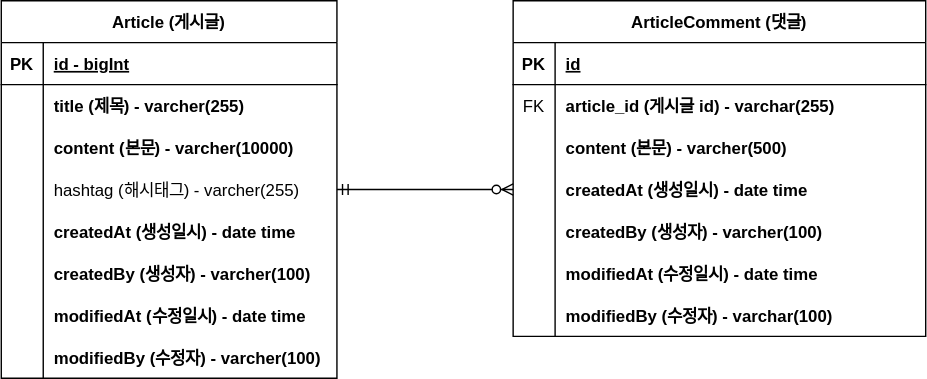
Shinhyeonbin/project-future keeps this draw.io diagram as document/project-borad-erd.svg. Above is the earlier version. Source tidied: cells renumbered, new cells last; positions are measured from the earlier drawing's top-left corner, leaving out a move shared by most shapes.
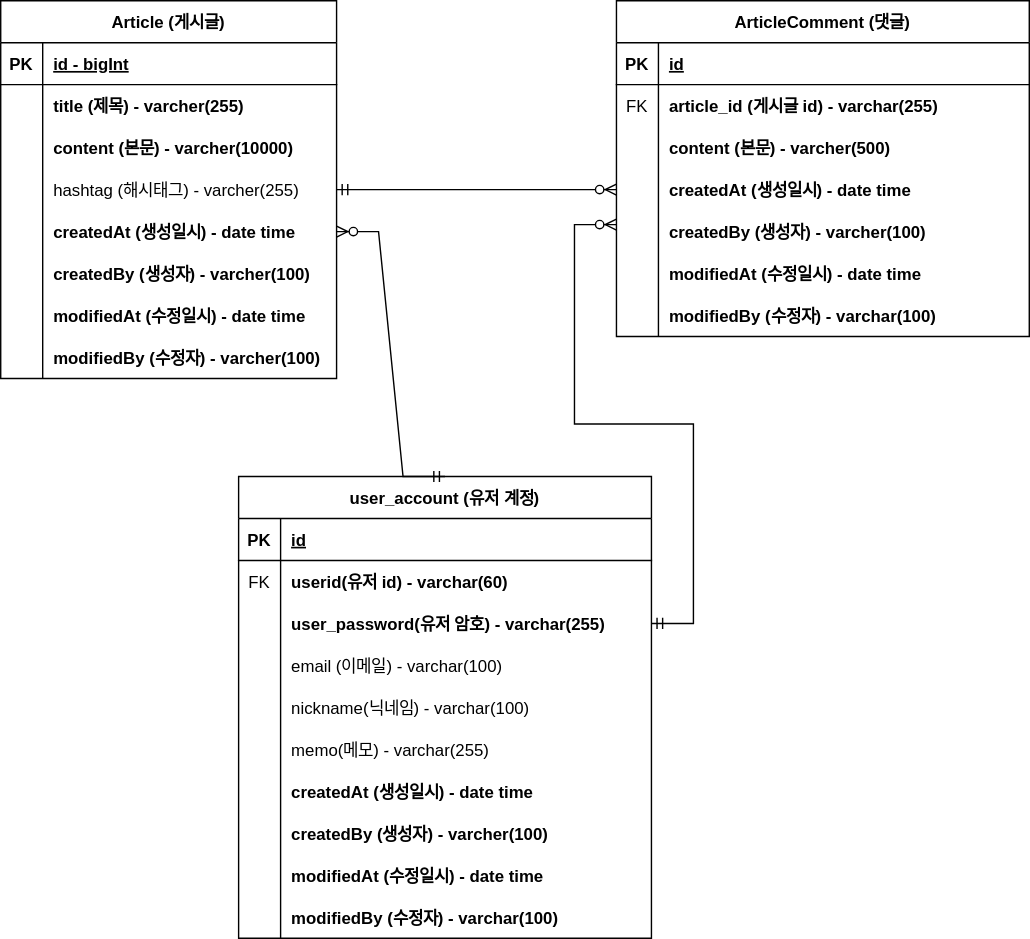
After the commit.

Diff of the diagram source:
```diff
@@ -78,7 +78,7 @@
       <mxGeometry x="30" width="210" height="30" as="geometry" />
     </mxCell>
     <mxCell id="27" value="ArticleComment (댓글)" style="shape=table;startSize=30;rowLines=0;fontStyle=1;align=center;" parent="1" vertex="1">
-      <mxGeometry x="366" width="295" height="240" as="geometry" />
+      <mxGeometry x="440" width="295" height="240" as="geometry" />
     </mxCell>
     <mxCell id="28" style="shape=tableRow;horizontal=0;startSize=0;swimlaneHead=0;swimlaneBody=0;fillColor=none;top=0;left=0;right=0;bottom=1;" parent="27" vertex="1">
       <mxGeometry y="30" width="295" height="30" as="geometry" />
@@ -146,5 +146,106 @@
     <mxCell id="49" style="edgeStyle=entityRelationEdgeStyle;fontSize=12;html=1;endArrow=ERzeroToMany;startArrow=ERmandOne;rounded=0;exitX=1;exitY=0.5;exitDx=0;exitDy=0;entryX=0;entryY=0.5;entryDx=0;entryDy=0;" parent="1" edge="1" source="12" target="37">
       <mxGeometry relative="1" as="geometry" />
     </mxCell>
+    <mxCell id="50" value="user_account (유저 계정)" style="shape=table;startSize=30;rowLines=0;fontStyle=1;align=center;" parent="1" vertex="1">
+      <mxGeometry x="170" y="340" width="295" height="330" as="geometry" />
+    </mxCell>
+    <mxCell id="51" style="shape=tableRow;horizontal=0;startSize=0;swimlaneHead=0;swimlaneBody=0;fillColor=none;top=0;left=0;right=0;bottom=1;" parent="50" vertex="1">
+      <mxGeometry y="30" width="295" height="30" as="geometry" />
+    </mxCell>
+    <mxCell id="52" value="PK" style="shape=partialRectangle;fillColor=none;top=0;left=0;bottom=0;right=0;fontStyle=1;overflow=hidden;" parent="51" vertex="1">
+      <mxGeometry width="30" height="30" as="geometry" />
+    </mxCell>
+    <mxCell id="53" value="id" style="shape=partialRectangle;fillColor=none;top=0;left=0;bottom=0;right=0;align=left;spacingLeft=6;fontStyle=5;overflow=hidden;" parent="51" vertex="1">
+      <mxGeometry x="30" width="265" height="30" as="geometry" />
+    </mxCell>
+    <mxCell id="54" style="shape=tableRow;horizontal=0;startSize=0;swimlaneHead=0;swimlaneBody=0;fillColor=none;top=0;left=0;right=0;bottom=0;" parent="50" vertex="1">
+      <mxGeometry y="60" width="295" height="30" as="geometry" />
+    </mxCell>
+    <mxCell id="55" value="FK" style="shape=partialRectangle;fillColor=none;top=0;left=0;bottom=0;right=0;overflow=hidden;" parent="54" vertex="1">
+      <mxGeometry width="30" height="30" as="geometry" />
+    </mxCell>
+    <mxCell id="56" value="userid(유저 id) - varchar(60)    " style="shape=partialRectangle;fillColor=none;top=0;left=0;bottom=0;right=0;align=left;spacingLeft=6;overflow=hidden;fontStyle=1;" parent="54" vertex="1">
+      <mxGeometry x="30" width="265" height="30" as="geometry" />
+    </mxCell>
+    <mxCell id="57" style="shape=tableRow;horizontal=0;startSize=0;swimlaneHead=0;swimlaneBody=0;fillColor=none;points=[[0,0.5],[1,0.5]];portConstraint=eastwest;top=0;left=0;right=0;bottom=0;" parent="50" vertex="1">
+      <mxGeometry y="90" width="295" height="30" as="geometry" />
+    </mxCell>
+    <mxCell id="58" style="shape=partialRectangle;fillColor=none;top=0;left=0;bottom=0;right=0;overflow=hidden;" parent="57" vertex="1">
+      <mxGeometry width="30" height="30" as="geometry" />
+    </mxCell>
+    <mxCell id="59" value="user_password(유저 암호) - varchar(255)" style="shape=partialRectangle;fillColor=none;top=0;left=0;bottom=0;right=0;align=left;spacingLeft=6;overflow=hidden;fontStyle=1;" parent="57" vertex="1">
+      <mxGeometry x="30" width="265" height="30" as="geometry" />
+    </mxCell>
+    <mxCell id="60" style="shape=tableRow;horizontal=0;startSize=0;swimlaneHead=0;swimlaneBody=0;fillColor=none;top=0;left=0;right=0;bottom=0;" parent="50" vertex="1">
+      <mxGeometry y="120" width="295" height="30" as="geometry" />
+    </mxCell>
+    <mxCell id="61" style="shape=partialRectangle;fillColor=none;top=0;left=0;bottom=0;right=0;overflow=hidden;" parent="60" vertex="1">
+      <mxGeometry width="30" height="30" as="geometry" />
+    </mxCell>
+    <mxCell id="62" value="email (이메일) - varchar(100)" style="shape=partialRectangle;fillColor=none;top=0;left=0;bottom=0;right=0;align=left;spacingLeft=6;overflow=hidden;fontStyle=0;" parent="60" vertex="1">
+      <mxGeometry x="30" width="265" height="30" as="geometry" />
+    </mxCell>
+    <mxCell id="63" style="shape=tableRow;horizontal=0;startSize=0;swimlaneHead=0;swimlaneBody=0;fillColor=none;top=0;left=0;right=0;bottom=0;" parent="50" vertex="1">
+      <mxGeometry y="150" width="295" height="30" as="geometry" />
+    </mxCell>
+    <mxCell id="64" style="shape=partialRectangle;fillColor=none;top=0;left=0;bottom=0;right=0;overflow=hidden;" parent="63" vertex="1">
+      <mxGeometry width="30" height="30" as="geometry" />
+    </mxCell>
+    <mxCell id="65" value="nickname(닉네임) - varchar(100)    " style="shape=partialRectangle;fillColor=none;top=0;left=0;bottom=0;right=0;align=left;spacingLeft=6;overflow=hidden;fontStyle=0;" parent="63" vertex="1">
+      <mxGeometry x="30" width="265" height="30" as="geometry" />
+    </mxCell>
+    <mxCell id="66" style="shape=tableRow;horizontal=0;startSize=0;swimlaneHead=0;swimlaneBody=0;fillColor=none;top=0;left=0;right=0;bottom=0;" parent="50" vertex="1">
+      <mxGeometry y="180" width="295" height="30" as="geometry" />
+    </mxCell>
+    <mxCell id="67" style="shape=partialRectangle;fillColor=none;top=0;left=0;bottom=0;right=0;overflow=hidden;" parent="66" vertex="1">
+      <mxGeometry width="30" height="30" as="geometry" />
+    </mxCell>
+    <mxCell id="68" value="memo(메모) - varchar(255)" style="shape=partialRectangle;fillColor=none;top=0;left=0;bottom=0;right=0;align=left;spacingLeft=6;overflow=hidden;fontStyle=0;" parent="66" vertex="1">
+      <mxGeometry x="30" width="265" height="30" as="geometry" />
+    </mxCell>
+    <mxCell id="69" style="shape=tableRow;horizontal=0;startSize=0;swimlaneHead=0;swimlaneBody=0;fillColor=none;top=0;left=0;right=0;bottom=0;" parent="50" vertex="1">
+      <mxGeometry y="210" width="295" height="30" as="geometry" />
+    </mxCell>
+    <mxCell id="70" style="shape=partialRectangle;fillColor=none;top=0;left=0;bottom=0;right=0;overflow=hidden;" parent="69" vertex="1">
+      <mxGeometry width="30" height="30" as="geometry" />
+    </mxCell>
+    <mxCell id="71" value="createdAt (생성일시) - date time" style="shape=partialRectangle;fillColor=none;top=0;left=0;bottom=0;right=0;align=left;spacingLeft=6;overflow=hidden;fontStyle=1;" parent="69" vertex="1">
+      <mxGeometry x="30" width="265" height="30" as="geometry" />
+    </mxCell>
+    <mxCell id="72" style="shape=tableRow;horizontal=0;startSize=0;swimlaneHead=0;swimlaneBody=0;fillColor=none;top=0;left=0;right=0;bottom=0;" parent="50" vertex="1">
+      <mxGeometry y="240" width="295" height="30" as="geometry" />
+    </mxCell>
+    <mxCell id="73" style="shape=partialRectangle;fillColor=none;top=0;left=0;bottom=0;right=0;overflow=hidden;" parent="72" vertex="1">
+      <mxGeometry width="30" height="30" as="geometry" />
+    </mxCell>
+    <mxCell id="74" value="createdBy (생성자) - varcher(100)" style="shape=partialRectangle;fillColor=none;top=0;left=0;bottom=0;right=0;align=left;spacingLeft=6;overflow=hidden;fontStyle=1;" parent="72" vertex="1">
+      <mxGeometry x="30" width="265" height="30" as="geometry" />
+    </mxCell>
+    <mxCell id="75" style="shape=tableRow;horizontal=0;startSize=0;swimlaneHead=0;swimlaneBody=0;fillColor=none;top=0;left=0;right=0;bottom=0;" parent="50" vertex="1">
+      <mxGeometry y="270" width="295" height="30" as="geometry" />
+    </mxCell>
+    <mxCell id="76" style="shape=partialRectangle;fillColor=none;top=0;left=0;bottom=0;right=0;overflow=hidden;" parent="75" vertex="1">
+      <mxGeometry width="30" height="30" as="geometry" />
+    </mxCell>
+    <mxCell id="77" value="modifiedAt (수정일시) - date time" style="shape=partialRectangle;fillColor=none;top=0;left=0;bottom=0;right=0;align=left;spacingLeft=6;overflow=hidden;fontStyle=1;" parent="75" vertex="1">
+      <mxGeometry x="30" width="265" height="30" as="geometry" />
+    </mxCell>
+    <mxCell id="78" style="shape=tableRow;horizontal=0;startSize=0;swimlaneHead=0;swimlaneBody=0;fillColor=none;top=0;left=0;right=0;bottom=0;" parent="50" vertex="1">
+      <mxGeometry y="300" width="295" height="30" as="geometry" />
+    </mxCell>
+    <mxCell id="79" style="shape=partialRectangle;fillColor=none;top=0;left=0;bottom=0;right=0;overflow=hidden;" parent="78" vertex="1">
+      <mxGeometry width="30" height="30" as="geometry" />
+    </mxCell>
+    <mxCell id="80" value="modifiedBy (수정자) - varchar(100)" style="shape=partialRectangle;fillColor=none;top=0;left=0;bottom=0;right=0;align=left;spacingLeft=6;overflow=hidden;fontStyle=1;" parent="78" vertex="1">
+      <mxGeometry x="30" width="265" height="30" as="geometry" />
+    </mxCell>
+    <mxCell id="81" style="edgeStyle=entityRelationEdgeStyle;fontSize=12;html=1;endArrow=ERzeroToMany;startArrow=ERmandOne;rounded=0;exitX=1;exitY=0.5;exitDx=0;exitDy=0;" parent="1" edge="1" source="57">
+      <mxGeometry relative="1" as="geometry">
+        <mxPoint x="440" y="160" as="targetPoint" />
+      </mxGeometry>
+    </mxCell>
+    <mxCell id="82" style="edgeStyle=entityRelationEdgeStyle;fontSize=12;html=1;endArrow=ERzeroToMany;startArrow=ERmandOne;rounded=0;entryX=1;entryY=0.5;entryDx=0;entryDy=0;exitX=0.5;exitY=0;exitDx=0;exitDy=0;" parent="1" edge="1" source="50" target="15">
+      <mxGeometry relative="1" as="geometry" />
+    </mxCell>
   </root>
 </mxGraphModel>
```
